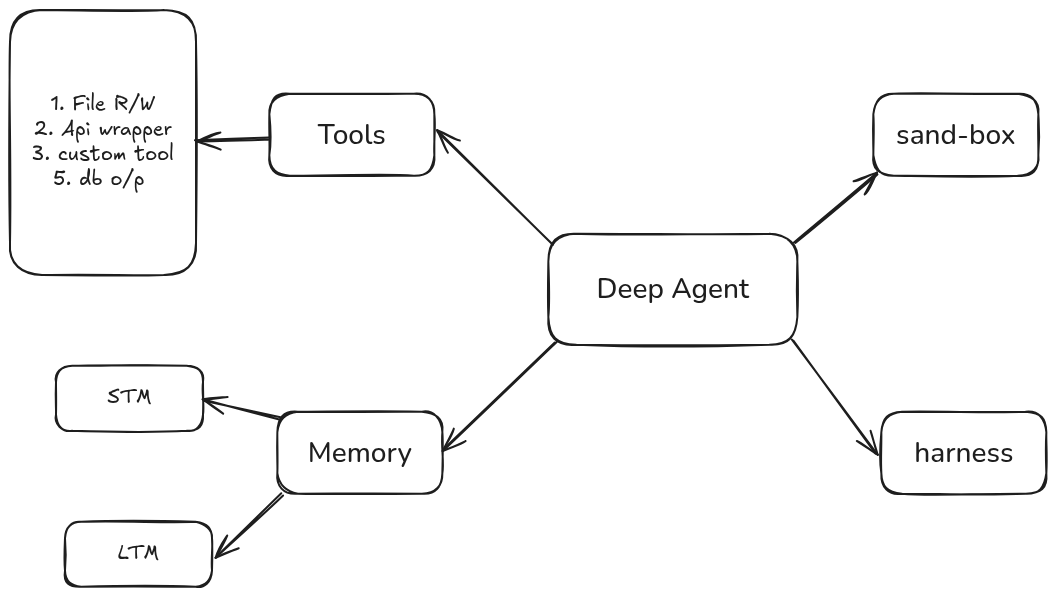
The Excalidraw diagram 28-Intorduction-to-deep-and-Agents-Harness/Module-1-Building-Deep-Agent/da-architecture.excalidraw.png in MDalamin5/End-to-End-Agentic-Ai-Automation-Lab, before a commit. Source tidied: one line per element, renumbered; positions are measured from the earlier drawing's top-left corner, leaving out a move shared by most shapes.
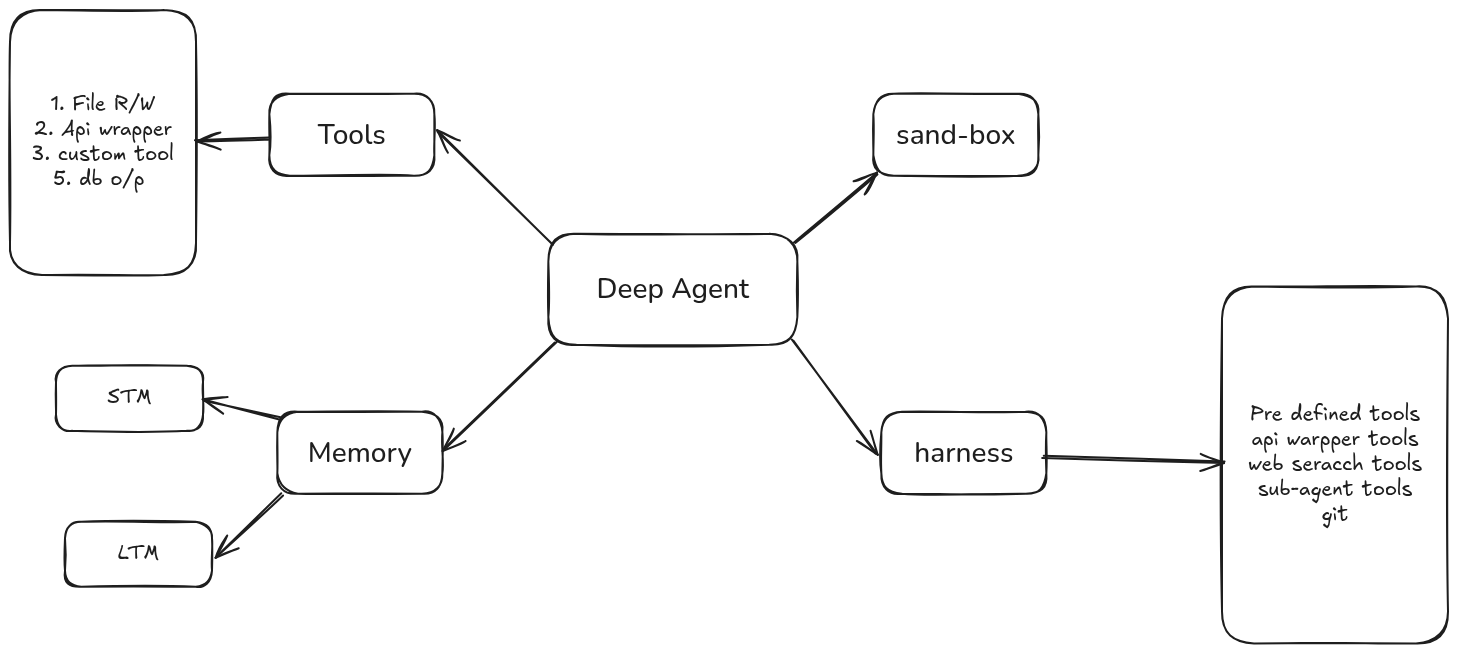
Later version of the same file.

Commit message:
agent harness tools defined

The edit, as a diff of the source:
```diff
@@ -21,3 +21,6 @@
 {"id": 20, "type": "rectangle", "strokeColor": "#1e1e1e", "strokeWidth": 2, "roughness": 1, "round": true, "x": 0, "y": 0, "width": 186, "height": 265}
 {"id": 21, "type": "text", "text": "1. File R/W\n2. Api wrapper\n3. custom tool\n5. db o/p ", "strokeColor": "#1e1e1e", "strokeWidth": 2, "roughness": 1, "fontSize": 20, "fontFamily": 5, "textAlign": "center", "verticalAlign": "middle", "inside": 20, "x": 22, "y": 82, "width": 141, "height": 100}
 {"id": 22, "type": "arrow", "strokeColor": "#1e1e1e", "strokeWidth": 2, "roughness": 1, "endArrowhead": "arrow", "round": true, "from": 2, "to": 20, "x": 258, "y": 128, "width": 72, "height": 3, "points": [[0, 0], [-72, 3]]}
+{"id": 23, "type": "rectangle", "strokeColor": "#1e1e1e", "strokeWidth": 2, "roughness": 1, "round": true, "x": 1212, "y": 276, "width": 226, "height": 357}
+{"id": 24, "type": "text", "text": "Pre defined tools\napi warpper tools\nweb seracch tools\nsub-agent tools\ngit", "strokeColor": "#1e1e1e", "strokeWidth": 2, "roughness": 1, "fontSize": 20, "fontFamily": 5, "textAlign": "center", "verticalAlign": "middle", "inside": 23, "x": 1238, "y": 392, "width": 174, "height": 125}
+{"id": 25, "type": "arrow", "strokeColor": "#1e1e1e", "strokeWidth": 2, "roughness": 1, "endArrowhead": "arrow", "round": true, "from": 8, "to": 23, "x": 1034, "y": 446, "width": 180, "height": 5, "points": [[0, 0], [180, 5]]}
```
